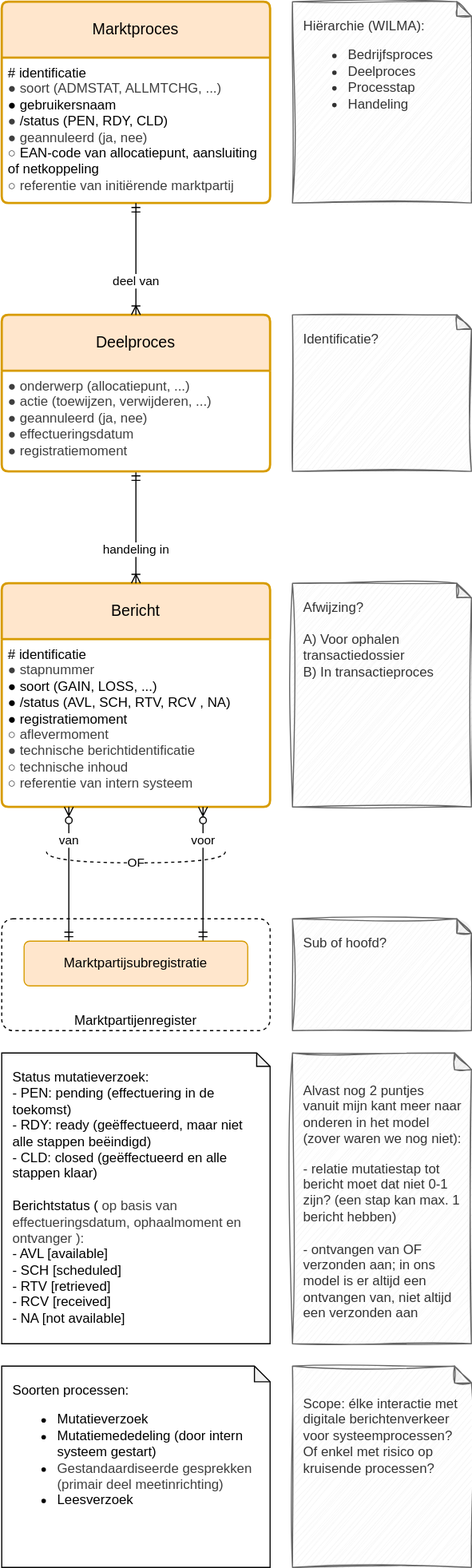
Above: registers/marktprocesregister/1.0/marktprocesregister.drawio.svg in Netbeheer-Nederland/stelsel (draw.io), before the change. Source tidied: cells renumbered, new cells last; positions are measured from the earlier drawing's top-left corner, leaving out a move shared by most shapes.
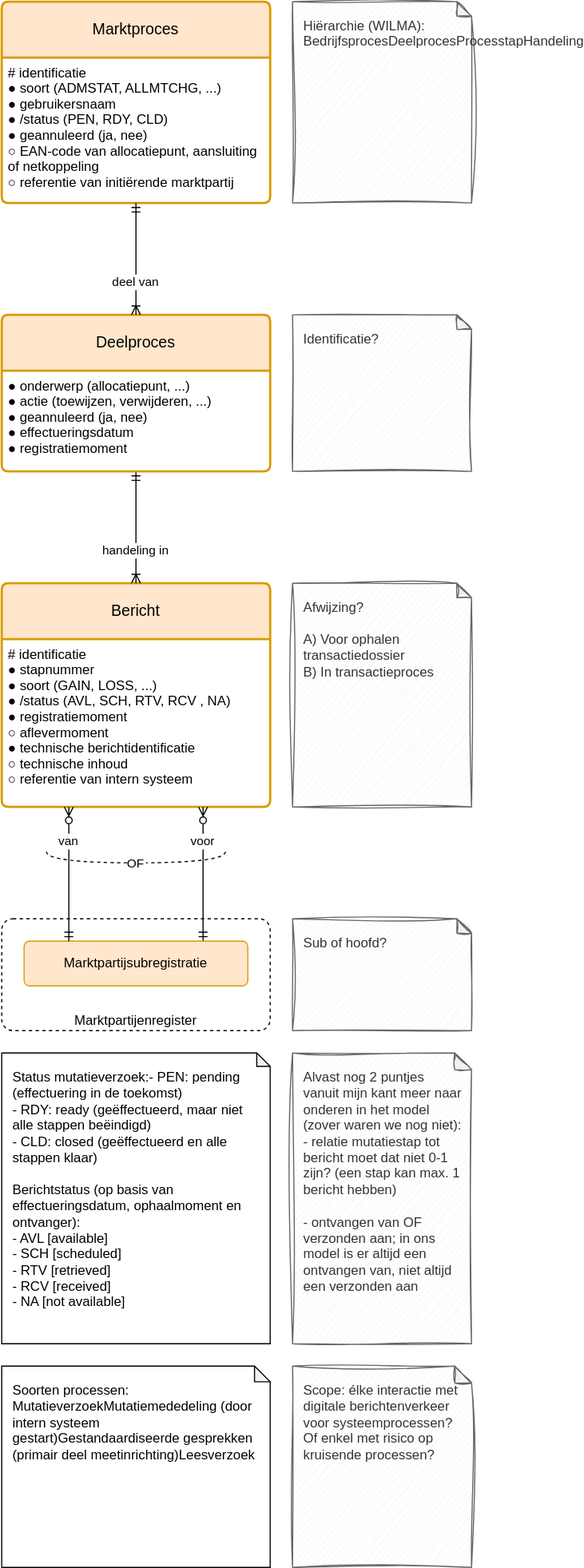
After the commit.

Change to the diagram source:
```diff
@@ -2,54 +2,54 @@
   <root>
     <mxCell id="0" />
     <mxCell id="1" parent="0" />
-    <mxCell id="2" value="&lt;span&gt;&lt;p&gt;Alvast nog 2 puntjes vanuit mijn kant meer naar onderen in het model (zover waren we nog niet):&lt;/p&gt;&lt;p&gt;- relatie mutatiestap tot bericht moet dat niet 0-1 zijn? (een stap kan max. 1 bericht hebben)&lt;br&gt;&lt;br&gt;- ontvangen van OF verzonden aan; in ons model is er altijd een ontvangen van, niet altijd een verzonden aan&lt;/p&gt;&lt;/span&gt;" style="shape=note;whiteSpace=wrap;html=1;backgroundOutline=1;darkOpacity=0.05;align=left;verticalAlign=top;size=15;spacing=10;sketch=1;curveFitting=1;jiggle=2;fillColor=#f5f5f5;fontColor=#333333;strokeColor=#666666;" parent="1" vertex="1">
+    <mxCell id="2" value="Alvast nog 2 puntjes vanuit mijn kant meer naar onderen in het model (zover waren we nog niet):&#10;- relatie mutatiestap tot bericht moet dat niet 0-1 zijn? (een stap kan max. 1 bericht hebben)&#10;&#10;- ontvangen van OF verzonden aan; in ons model is er altijd een ontvangen van, niet altijd een verzonden aan" style="shape=note;whiteSpace=wrap;backgroundOutline=1;darkOpacity=0.05;align=left;verticalAlign=top;size=15;spacing=10;sketch=1;curveFitting=1;jiggle=2;fillColor=#f5f5f5;fontColor=#333333;strokeColor=#666666;" parent="1" vertex="1">
       <mxGeometry x="260" y="940" width="160" height="260" as="geometry" />
     </mxCell>
-    <mxCell id="3" value="Marktpartijenregister" style="rounded=1;whiteSpace=wrap;html=1;absoluteArcSize=1;dashed=1;fillColor=default;verticalAlign=bottom;spacingLeft=10;spacingRight=10;" parent="1" vertex="1">
+    <mxCell id="3" value="Marktpartijenregister" style="rounded=1;whiteSpace=wrap;absoluteArcSize=1;dashed=1;fillColor=default;verticalAlign=bottom;spacingLeft=10;spacingRight=10;" parent="1" vertex="1">
       <mxGeometry y="820" width="240" height="100" as="geometry" />
     </mxCell>
-    <mxCell id="4" value="Marktproces" style="swimlane;horizontal=1;startSize=50;rounded=1;fontSize=14;fontStyle=0;strokeWidth=2;shadow=0;dashed=0;align=center;arcSize=4;whiteSpace=wrap;html=1;spacing=10;fillColor=#ffe6cc;strokeColor=#d79b00;" parent="1" vertex="1">
+    <mxCell id="4" value="Marktproces" style="swimlane;horizontal=1;startSize=50;rounded=1;fontSize=14;fontStyle=0;strokeWidth=2;shadow=0;dashed=0;align=center;arcSize=4;whiteSpace=wrap;spacing=10;fillColor=#ffe6cc;strokeColor=#d79b00;" parent="1" vertex="1">
       <mxGeometry width="240" height="180" as="geometry" />
     </mxCell>
-    <mxCell id="5" value="&lt;div&gt;&lt;font&gt;# identificatie&lt;/font&gt;&lt;/div&gt;&lt;div style=&quot;scrollbar-color: rgb(226, 226, 226) rgb(251, 251, 251); color: rgb(63, 63, 63);&quot;&gt;&lt;font style=&quot;scrollbar-color: rgb(226, 226, 226) rgb(251, 251, 251);&quot;&gt;● soort (ADMSTAT, ALLMTCHG, ...)&lt;/font&gt;&lt;/div&gt;&lt;div&gt;&lt;span style=&quot;background-color: transparent;&quot;&gt;● gebruikersnaam&lt;/span&gt;&lt;/div&gt;&lt;div&gt;&lt;div&gt;&lt;span style=&quot;color: rgb(63, 63, 63); background-color: transparent;&quot;&gt;●&lt;/span&gt;&lt;span style=&quot;background-color: transparent;&quot;&gt;&lt;font&gt;&amp;nbsp;/status (PEN, RDY, CLD)&lt;/font&gt;&lt;/span&gt;&lt;/div&gt;&lt;div&gt;&lt;span style=&quot;color: rgb(63, 63, 63);&quot;&gt;● geannuleerd (ja, nee)&lt;/span&gt;&lt;/div&gt;&lt;div&gt;&lt;span style=&quot;background-color: transparent; color: rgb(63, 63, 63);&quot;&gt;○&lt;/span&gt;&lt;span style=&quot;background-color: transparent;&quot;&gt;&amp;nbsp;EAN-code van allocatiepunt, aansluiting&lt;/span&gt;&lt;/div&gt;&lt;div&gt;&lt;span style=&quot;background-color: transparent;&quot;&gt;&amp;nbsp; &amp;nbsp;of netkoppeling&lt;/span&gt;&lt;/div&gt;&lt;/div&gt;&lt;div&gt;&lt;span style=&quot;color: rgb(63, 63, 63);&quot;&gt;○ referentie van initiërende marktpartij&lt;/span&gt;&lt;/div&gt;" style="align=left;strokeColor=none;fillColor=none;spacingLeft=4;fontSize=12;verticalAlign=top;html=1;" parent="4" vertex="1">
+    <mxCell id="5" value="# identificatie&#10;● soort (ADMSTAT, ALLMTCHG, ...)&#10;● gebruikersnaam&#10;● /status (PEN, RDY, CLD)&#10;● geannuleerd (ja, nee)&#10;○ EAN-code van allocatiepunt, aansluiting&#10;   of netkoppeling&#10;○ referentie van initiërende marktpartij" style="align=left;strokeColor=none;fillColor=none;spacingLeft=4;fontSize=12;verticalAlign=top;" parent="4" vertex="1">
       <mxGeometry y="50" width="240" height="130" as="geometry" />
     </mxCell>
-    <mxCell id="6" value="Bericht" style="swimlane;horizontal=1;startSize=50;rounded=1;fontSize=14;fontStyle=0;strokeWidth=2;shadow=0;dashed=0;align=center;arcSize=4;whiteSpace=wrap;html=1;spacing=10;fillColor=#ffe6cc;strokeColor=#d79b00;" parent="1" vertex="1">
+    <mxCell id="6" value="Bericht" style="swimlane;horizontal=1;startSize=50;rounded=1;fontSize=14;fontStyle=0;strokeWidth=2;shadow=0;dashed=0;align=center;arcSize=4;whiteSpace=wrap;spacing=10;fillColor=#ffe6cc;strokeColor=#d79b00;" parent="1" vertex="1">
       <mxGeometry y="520" width="240" height="200" as="geometry" />
     </mxCell>
-    <mxCell id="7" value="&lt;div&gt;# identificatie&lt;/div&gt;&lt;div style=&quot;scrollbar-color: rgb(226, 226, 226) rgb(251, 251, 251); color: rgb(63, 63, 63);&quot;&gt;&lt;span style=&quot;background-color: transparent;&quot;&gt;● stapnummer&lt;/span&gt;&lt;/div&gt;&lt;div&gt;&lt;span style=&quot;background-color: transparent;&quot;&gt;● soort (GAIN, LOSS, ...)&lt;/span&gt;&lt;/div&gt;&lt;div&gt;&lt;span style=&quot;background-color: transparent;&quot;&gt;● /status (AVL, SCH, RTV, RCV , NA)&lt;/span&gt;&lt;/div&gt;&lt;div&gt;&lt;span style=&quot;background-color: transparent;&quot;&gt;● registratiemoment&lt;/span&gt;&lt;/div&gt;&lt;div style=&quot;color: rgb(63, 63, 63); scrollbar-color: rgb(226, 226, 226) rgb(251, 251, 251);&quot;&gt;&lt;span style=&quot;scrollbar-color: rgb(226, 226, 226) rgb(251, 251, 251); color: rgb(63, 63, 63);&quot;&gt;&lt;span style=&quot;color: rgb(63, 63, 63);&quot;&gt;&lt;div style=&quot;color: rgb(63, 63, 63); scrollbar-color: rgb(226, 226, 226) rgb(251, 251, 251);&quot;&gt;&lt;span style=&quot;scrollbar-color: rgb(226, 226, 226) rgb(251, 251, 251); background-color: transparent; color: rgb(63, 63, 63);&quot;&gt;○&lt;/span&gt;&lt;span style=&quot;scrollbar-color: rgb(226, 226, 226) rgb(251, 251, 251); color: rgb(63, 63, 63);&quot;&gt;&amp;nbsp;aflevermoment&lt;/span&gt;&lt;span style=&quot;color: rgb(63, 63, 63); scrollbar-color: rgb(226, 226, 226) rgb(251, 251, 251); background-color: transparent;&quot;&gt;&lt;/span&gt;&lt;/div&gt;&lt;div style=&quot;scrollbar-color: rgb(226, 226, 226) rgb(251, 251, 251); color: rgb(63, 63, 63);&quot;&gt;&lt;span style=&quot;scrollbar-color: rgb(226, 226, 226) rgb(251, 251, 251); color: rgb(63, 63, 63);&quot;&gt;&lt;span style=&quot;scrollbar-color: rgb(226, 226, 226) rgb(251, 251, 251); background-color: transparent; color: rgb(63, 63, 63);&quot;&gt;●&lt;/span&gt;&amp;nbsp;technische berichtidentificatie&lt;/span&gt;&lt;span style=&quot;scrollbar-color: rgb(226, 226, 226) rgb(251, 251, 251); background-color: transparent; color: rgb(63, 63, 63);&quot;&gt;&lt;/span&gt;&lt;/div&gt;&lt;div style=&quot;color: rgb(63, 63, 63); scrollbar-color: rgb(226, 226, 226) rgb(251, 251, 251);&quot;&gt;&lt;span style=&quot;color: rgb(63, 63, 63); background-color: transparent;&quot;&gt;○&lt;/span&gt;&lt;span style=&quot;background-color: transparent;&quot;&gt;&amp;nbsp;technische inhoud&lt;/span&gt;&lt;/div&gt;&lt;div style=&quot;color: rgb(63, 63, 63); scrollbar-color: rgb(226, 226, 226) rgb(251, 251, 251);&quot;&gt;&lt;span style=&quot;background-color: transparent;&quot;&gt;○ referentie van intern systeem&lt;/span&gt;&lt;/div&gt;&lt;/span&gt;&lt;/span&gt;&lt;/div&gt;" style="align=left;strokeColor=none;fillColor=none;spacingLeft=4;fontSize=12;verticalAlign=top;html=1;" parent="6" vertex="1">
+    <mxCell id="7" value="# identificatie&#10;● stapnummer&#10;● soort (GAIN, LOSS, ...)&#10;● /status (AVL, SCH, RTV, RCV , NA)&#10;● registratiemoment&#10;○ aflevermoment&#10;● technische berichtidentificatie&#10;○ technische inhoud&#10;○ referentie van intern systeem" style="align=left;strokeColor=none;fillColor=none;spacingLeft=4;fontSize=12;verticalAlign=top;" parent="6" vertex="1">
       <mxGeometry y="50" width="240" height="150" as="geometry" />
     </mxCell>
-    <mxCell id="8" value="handeling in" style="endArrow=ERmandOne;html=1;edgeStyle=elbowEdgeStyle;endFill=0;startArrow=ERoneToMany;startFill=0;align=center;" parent="1" edge="1" source="6" target="9">
+    <mxCell id="8" value="handeling in" style="endArrow=ERmandOne;edgeStyle=elbowEdgeStyle;endFill=0;startArrow=ERoneToMany;startFill=0;align=center;" parent="1" edge="1" source="6" target="9">
       <mxGeometry x="-0.4" relative="1" as="geometry" />
     </mxCell>
-    <mxCell id="9" value="Deelproces" style="swimlane;horizontal=1;startSize=50;rounded=1;fontSize=14;fontStyle=0;strokeWidth=2;shadow=0;dashed=0;align=center;arcSize=4;whiteSpace=wrap;html=1;spacing=10;fillColor=#ffe6cc;strokeColor=#d79b00;" parent="1" vertex="1">
+    <mxCell id="9" value="Deelproces" style="swimlane;horizontal=1;startSize=50;rounded=1;fontSize=14;fontStyle=0;strokeWidth=2;shadow=0;dashed=0;align=center;arcSize=4;whiteSpace=wrap;spacing=10;fillColor=#ffe6cc;strokeColor=#d79b00;" parent="1" vertex="1">
       <mxGeometry y="280" width="240" height="140" as="geometry" />
     </mxCell>
-    <mxCell id="10" value="&lt;div&gt;&lt;span style=&quot;background-color: transparent; scrollbar-color: rgb(226, 226, 226) rgb(251, 251, 251); color: rgb(63, 63, 63);&quot;&gt;● onderwerp (allocatiepunt, ...)&lt;/span&gt;&lt;/div&gt;&lt;div&gt;&lt;span style=&quot;background-color: transparent; scrollbar-color: rgb(226, 226, 226) rgb(251, 251, 251); color: rgb(63, 63, 63);&quot;&gt;&lt;span style=&quot;color: rgb(63, 63, 63);&quot;&gt;● actie (toewijzen, verwijderen, ...)&lt;/span&gt;&lt;/span&gt;&lt;/div&gt;&lt;div&gt;&lt;span style=&quot;background-color: transparent; scrollbar-color: rgb(226, 226, 226) rgb(251, 251, 251); color: rgb(63, 63, 63);&quot;&gt;&lt;span style=&quot;color: rgb(63, 63, 63);&quot;&gt;&lt;span style=&quot;color: rgb(63, 63, 63);&quot;&gt;● geannuleerd (ja, nee)&lt;/span&gt;&lt;/span&gt;&lt;/span&gt;&lt;/div&gt;&lt;div&gt;&lt;span style=&quot;background-color: transparent; scrollbar-color: rgb(226, 226, 226) rgb(251, 251, 251); color: rgb(63, 63, 63);&quot;&gt;●&lt;/span&gt;&lt;span style=&quot;background-color: transparent; scrollbar-color: rgb(226, 226, 226) rgb(251, 251, 251); color: rgb(63, 63, 63);&quot;&gt;&amp;nbsp;effectueringsdatum&lt;/span&gt;&lt;/div&gt;&lt;div&gt;&lt;span style=&quot;background-color: transparent; scrollbar-color: rgb(226, 226, 226) rgb(251, 251, 251); color: rgb(63, 63, 63);&quot;&gt;● registratiemoment&lt;br style=&quot;color: rgb(63, 63, 63); scrollbar-color: rgb(226, 226, 226) rgb(251, 251, 251);&quot;&gt;&lt;/span&gt;&lt;/div&gt;" style="align=left;strokeColor=none;fillColor=none;spacingLeft=4;fontSize=12;verticalAlign=top;html=1;" parent="9" vertex="1">
+    <mxCell id="10" value="● onderwerp (allocatiepunt, ...)&#10;● actie (toewijzen, verwijderen, ...)&#10;● geannuleerd (ja, nee)&#10;● effectueringsdatum&#10;● registratiemoment&#10;" style="align=left;strokeColor=none;fillColor=none;spacingLeft=4;fontSize=12;verticalAlign=top;" parent="9" vertex="1">
       <mxGeometry y="50" width="240" height="90" as="geometry" />
     </mxCell>
-    <mxCell id="11" value="deel van" style="endArrow=ERmandOne;html=1;edgeStyle=elbowEdgeStyle;endFill=0;startArrow=ERoneToMany;startFill=0;align=center;" parent="1" edge="1" source="9" target="4">
+    <mxCell id="11" value="deel van" style="endArrow=ERmandOne;edgeStyle=elbowEdgeStyle;endFill=0;startArrow=ERoneToMany;startFill=0;align=center;" parent="1" edge="1" source="9" target="4">
       <mxGeometry x="-0.4" relative="1" as="geometry" />
     </mxCell>
-    <mxCell id="12" value="voor" style="endArrow=ERmandOne;html=1;edgeStyle=elbowEdgeStyle;endFill=0;startArrow=ERzeroToMany;startFill=0;align=center;" parent="1" edge="1" source="6" target="13">
+    <mxCell id="12" value="voor" style="endArrow=ERmandOne;edgeStyle=elbowEdgeStyle;endFill=0;startArrow=ERzeroToMany;startFill=0;align=center;" parent="1" edge="1" source="6" target="13">
       <mxGeometry x="-0.5" relative="1" as="geometry">
         <Array as="points">
           <mxPoint x="180" y="780" />
         </Array>
       </mxGeometry>
     </mxCell>
-    <mxCell id="13" value="Marktpartijsubregistratie" style="rounded=1;arcSize=10;whiteSpace=wrap;html=1;align=center;absoluteArcSize=1;spacing=10;fillColor=#ffe6cc;strokeColor=#d79b00;" parent="1" vertex="1">
+    <mxCell id="13" value="Marktpartijsubregistratie" style="rounded=1;arcSize=10;whiteSpace=wrap;align=center;absoluteArcSize=1;spacing=10;fillColor=#ffe6cc;strokeColor=#d79b00;" parent="1" vertex="1">
       <mxGeometry x="20" y="840" width="200" height="40" as="geometry" />
     </mxCell>
-    <mxCell id="14" value="van" style="endArrow=ERmandOne;html=1;edgeStyle=elbowEdgeStyle;endFill=0;startArrow=ERzeroToMany;startFill=0;align=center;" parent="1" edge="1" source="6" target="13">
+    <mxCell id="14" value="van" style="endArrow=ERmandOne;edgeStyle=elbowEdgeStyle;endFill=0;startArrow=ERzeroToMany;startFill=0;align=center;" parent="1" edge="1" source="6" target="13">
       <mxGeometry x="-0.5" relative="1" as="geometry">
         <Array as="points">
           <mxPoint x="60" y="780" />
         </Array>
       </mxGeometry>
     </mxCell>
-    <mxCell id="15" value="OF" style="endArrow=none;dashed=1;html=1;edgeStyle=orthogonalEdgeStyle;curved=1;" parent="1" edge="1">
+    <mxCell id="15" value="OF" style="endArrow=none;dashed=1;edgeStyle=orthogonalEdgeStyle;curved=1;" parent="1" edge="1">
       <mxGeometry relative="1" as="geometry">
         <mxPoint x="200" y="760" as="sourcePoint" />
         <mxPoint x="40" y="760" as="targetPoint" />
@@ -59,25 +59,25 @@
         </Array>
       </mxGeometry>
     </mxCell>
-    <mxCell id="16" value="&lt;div&gt;Soorten processen:&lt;/div&gt;&lt;ul&gt;&lt;li&gt;Mutatieverzoek&lt;/li&gt;&lt;li&gt;Mutatiemededeling (door intern systeem gestart)&lt;/li&gt;&lt;li&gt;&lt;span style=&quot;color: rgb(63, 63, 63); background-color: transparent;&quot;&gt;Gestandaardiseerde gesprekken (primair deel meetinrichting)&lt;/span&gt;&lt;/li&gt;&lt;li&gt;Leesverzoek&lt;/li&gt;&lt;/ul&gt;" style="shape=note;whiteSpace=wrap;html=1;backgroundOutline=1;darkOpacity=0.05;align=left;spacing=10;verticalAlign=top;size=14;" parent="1" vertex="1">
+    <mxCell id="16" value="Soorten processen:&#10;MutatieverzoekMutatiemededeling (door intern systeem gestart)Gestandaardiseerde gesprekken (primair deel meetinrichting)Leesverzoek" style="shape=note;whiteSpace=wrap;backgroundOutline=1;darkOpacity=0.05;align=left;spacing=10;verticalAlign=top;size=14;" parent="1" vertex="1">
       <mxGeometry y="1220" width="240" height="180" as="geometry" />
     </mxCell>
-    <mxCell id="17" value="&lt;div&gt;&lt;font&gt;Status mutatieverzoek:&lt;/font&gt;&lt;/div&gt;&lt;font&gt;- PEN: pending (effectuering in de toekomst)&lt;br&gt;- RDY: ready (geëffectueerd, maar niet alle stappen beëindigd)&lt;br&gt;- CLD: closed (geëffectueerd en alle stappen klaar)&lt;/font&gt;&lt;div&gt;&lt;br&gt;&lt;/div&gt;&lt;div&gt;&lt;div&gt;Berichtstatus (&lt;span style=&quot;color: rgb(63, 63, 63); background-color: transparent;&quot;&gt;op basis van effectueringsdatum, ophaalmoment en ontvanger&lt;/span&gt;&lt;span style=&quot;color: rgb(63, 63, 63); background-color: transparent;&quot;&gt;):&lt;/span&gt;&lt;/div&gt;&lt;div&gt;- AVL [available]&lt;/div&gt;&lt;div&gt;- SCH [scheduled]&lt;/div&gt;&lt;div&gt;- RTV [retrieved]&lt;/div&gt;&lt;div&gt;- RCV [received]&lt;/div&gt;&lt;div&gt;- NA [not available]&lt;/div&gt;&lt;/div&gt;" style="shape=note;whiteSpace=wrap;backgroundOutline=1;darkOpacity=0.05;align=left;verticalAlign=top;html=1;size=12;spacing=10;" parent="1" vertex="1">
+    <mxCell id="17" value="Status mutatieverzoek:- PEN: pending (effectuering in de toekomst)&#10;- RDY: ready (geëffectueerd, maar niet alle stappen beëindigd)&#10;- CLD: closed (geëffectueerd en alle stappen klaar)&#10;&#10;Berichtstatus (op basis van effectueringsdatum, ophaalmoment en ontvanger):&#10;- AVL [available]&#10;- SCH [scheduled]&#10;- RTV [retrieved]&#10;- RCV [received]&#10;- NA [not available]" style="shape=note;whiteSpace=wrap;backgroundOutline=1;darkOpacity=0.05;align=left;verticalAlign=top;size=12;spacing=10;" parent="1" vertex="1">
       <mxGeometry y="940" width="240" height="260" as="geometry" />
     </mxCell>
-    <mxCell id="18" value="Identificatie?" style="shape=note;whiteSpace=wrap;html=1;backgroundOutline=1;darkOpacity=0.05;size=13;spacing=10;verticalAlign=top;align=left;sketch=1;curveFitting=1;jiggle=2;fillColor=#f5f5f5;fontColor=#333333;strokeColor=#666666;" parent="1" vertex="1">
+    <mxCell id="18" value="Identificatie?" style="shape=note;whiteSpace=wrap;backgroundOutline=1;darkOpacity=0.05;size=13;spacing=10;verticalAlign=top;align=left;sketch=1;curveFitting=1;jiggle=2;fillColor=#f5f5f5;fontColor=#333333;strokeColor=#666666;" parent="1" vertex="1">
       <mxGeometry x="260" y="280" width="160" height="140" as="geometry" />
     </mxCell>
-    <mxCell id="19" value="Afwijzing?&lt;div&gt;&lt;br&gt;&lt;/div&gt;&lt;div&gt;A) Voor ophalen transactiedossier&lt;/div&gt;&lt;div&gt;B) In transactieproces&lt;/div&gt;" style="shape=note;whiteSpace=wrap;html=1;backgroundOutline=1;darkOpacity=0.05;size=13;spacing=10;verticalAlign=top;align=left;sketch=1;curveFitting=1;jiggle=2;fillColor=#f5f5f5;fontColor=#333333;strokeColor=#666666;" parent="1" vertex="1">
+    <mxCell id="19" value="Afwijzing?&#10;&#10;A) Voor ophalen transactiedossier&#10;B) In transactieproces" style="shape=note;whiteSpace=wrap;backgroundOutline=1;darkOpacity=0.05;size=13;spacing=10;verticalAlign=top;align=left;sketch=1;curveFitting=1;jiggle=2;fillColor=#f5f5f5;fontColor=#333333;strokeColor=#666666;" parent="1" vertex="1">
       <mxGeometry x="260" y="520" width="160" height="200" as="geometry" />
     </mxCell>
-    <mxCell id="20" value="Sub of hoofd?" style="shape=note;whiteSpace=wrap;html=1;backgroundOutline=1;darkOpacity=0.05;size=13;spacing=10;verticalAlign=top;align=left;sketch=1;curveFitting=1;jiggle=2;fillColor=#f5f5f5;fontColor=#333333;strokeColor=#666666;" parent="1" vertex="1">
+    <mxCell id="20" value="Sub of hoofd?" style="shape=note;whiteSpace=wrap;backgroundOutline=1;darkOpacity=0.05;size=13;spacing=10;verticalAlign=top;align=left;sketch=1;curveFitting=1;jiggle=2;fillColor=#f5f5f5;fontColor=#333333;strokeColor=#666666;" parent="1" vertex="1">
       <mxGeometry x="260" y="820" width="160" height="100" as="geometry" />
     </mxCell>
-    <mxCell id="21" value="Hiërarchie (WILMA):&lt;div&gt;&lt;ul&gt;&lt;li&gt;Bedrijfsproces&lt;/li&gt;&lt;li&gt;Deelproces&lt;/li&gt;&lt;li&gt;Processtap&lt;/li&gt;&lt;li&gt;Handeling&lt;/li&gt;&lt;/ul&gt;&lt;/div&gt;" style="shape=note;whiteSpace=wrap;html=1;backgroundOutline=1;darkOpacity=0.05;size=13;spacing=10;verticalAlign=top;align=left;sketch=1;curveFitting=1;jiggle=2;fillColor=#f5f5f5;fontColor=#333333;strokeColor=#666666;" parent="1" vertex="1">
+    <mxCell id="21" value="Hiërarchie (WILMA):&#10;BedrijfsprocesDeelprocesProcesstapHandeling" style="shape=note;whiteSpace=wrap;backgroundOutline=1;darkOpacity=0.05;size=13;spacing=10;verticalAlign=top;align=left;sketch=1;curveFitting=1;jiggle=2;fillColor=#f5f5f5;fontColor=#333333;strokeColor=#666666;" parent="1" vertex="1">
       <mxGeometry x="260" width="160" height="180" as="geometry" />
     </mxCell>
-    <mxCell id="22" value="&lt;span&gt;&lt;p&gt;Scope: élke interactie met digitale berichtenverkeer voor systeemprocessen? Of enkel met risico op kruisende processen?&lt;/p&gt;&lt;/span&gt;" style="shape=note;whiteSpace=wrap;html=1;backgroundOutline=1;darkOpacity=0.05;align=left;verticalAlign=top;size=15;spacing=10;sketch=1;curveFitting=1;jiggle=2;fillColor=#f5f5f5;fontColor=#333333;strokeColor=#666666;" parent="1" vertex="1">
+    <mxCell id="22" value="Scope: élke interactie met digitale berichtenverkeer voor systeemprocessen? Of enkel met risico op kruisende processen?" style="shape=note;whiteSpace=wrap;backgroundOutline=1;darkOpacity=0.05;align=left;verticalAlign=top;size=15;spacing=10;sketch=1;curveFitting=1;jiggle=2;fillColor=#f5f5f5;fontColor=#333333;strokeColor=#666666;" parent="1" vertex="1">
       <mxGeometry x="260" y="1220" width="160" height="180" as="geometry" />
     </mxCell>
   </root>
```
